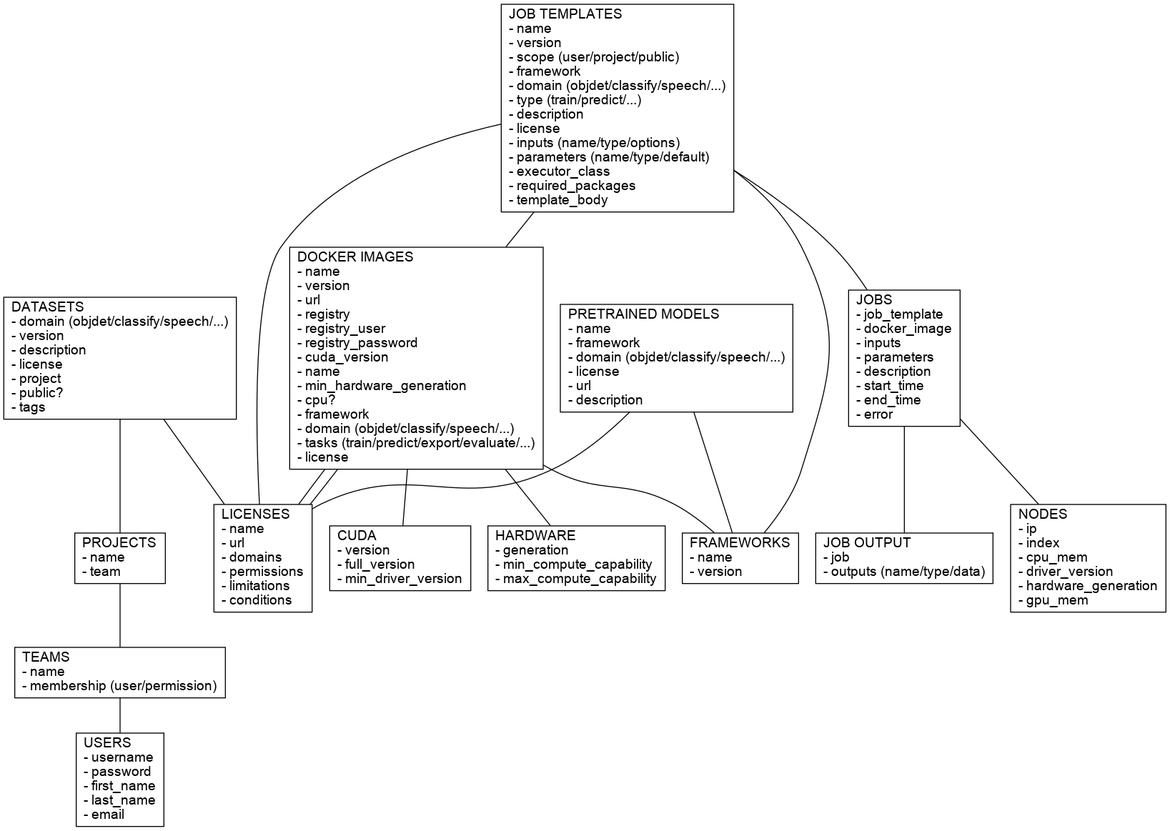
This is docs/img/api.png from waikato-ufdl/ufdl-api, a Graphviz export, as it was before one commit. Its source is kept beside it as docs/img/api.dot.
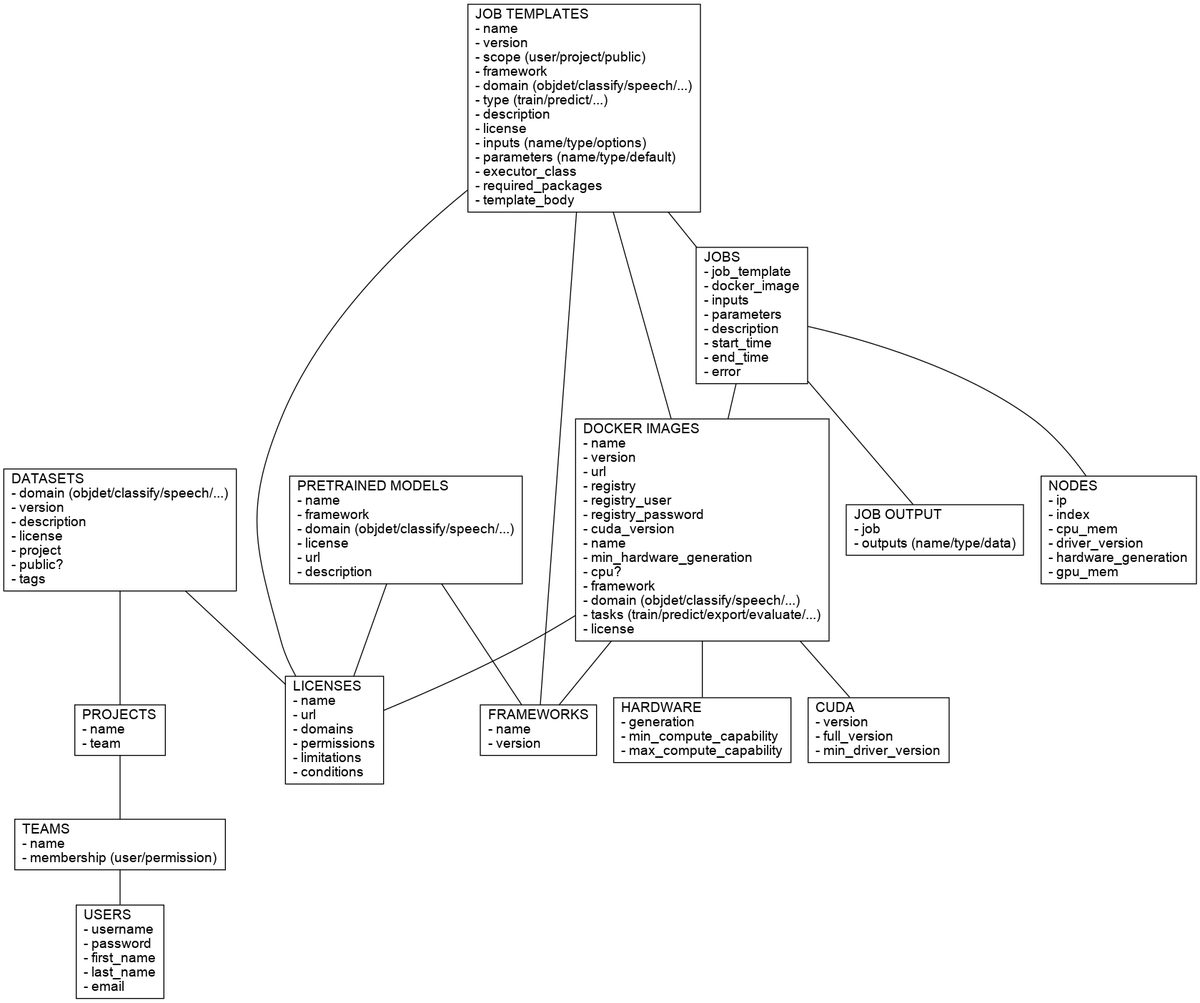
Later version of the same file.

The edit, as a diff of the source:
```diff
@@ -25,7 +25,6 @@
   datasets -- projects;
   pretrained_models -- frameworks;
   pretrained_models -- licenses;
-  docker_images -- licenses;
   docker_images -- cuda;
   docker_images -- hardware;
   docker_images -- frameworks;
@@ -36,4 +35,5 @@
   job_templates -- docker_images;
   jobs -- job_output;
   jobs -- nodes;
+  jobs -- docker_images;
 }
```
